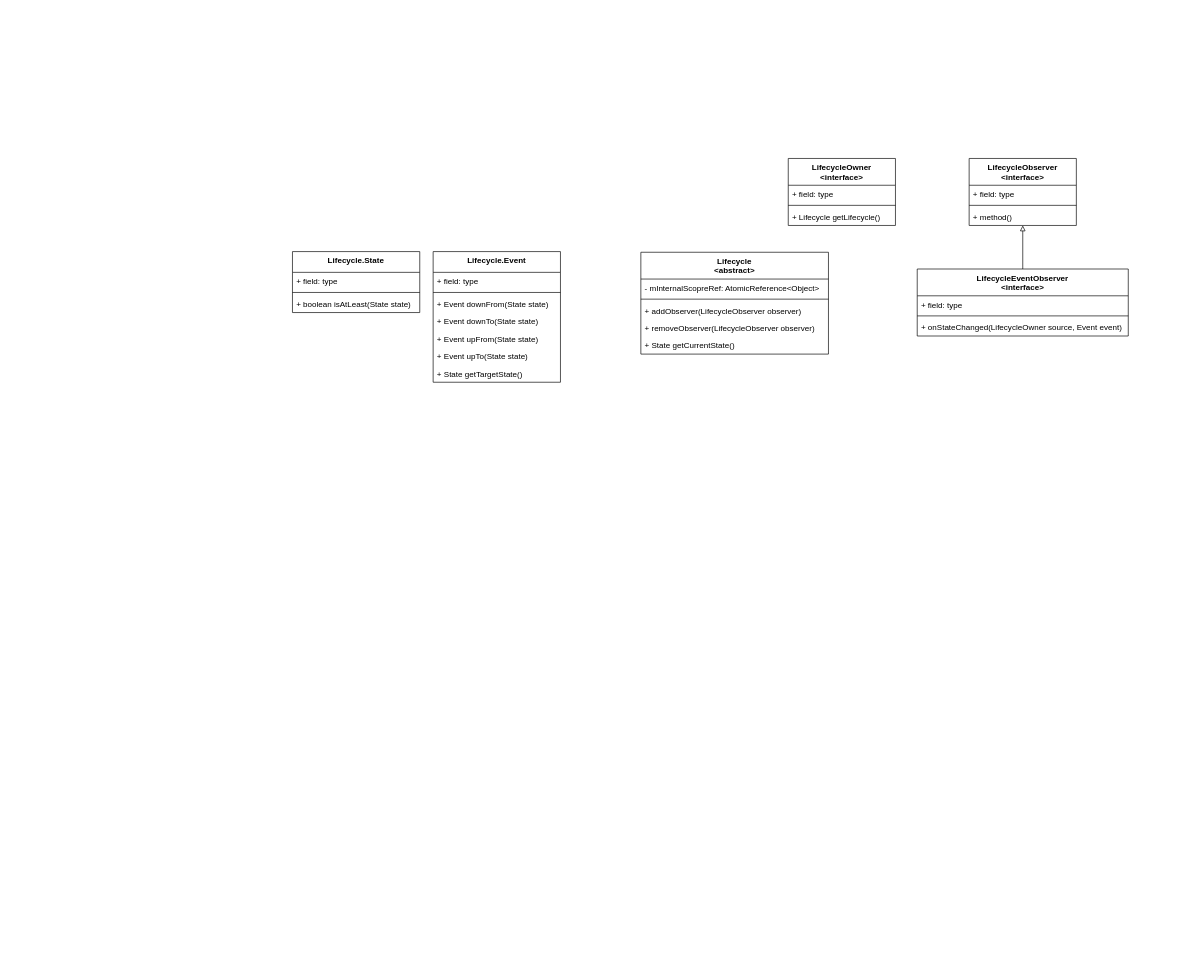
Earlier version of the draw.io diagram 未命名绘图.drawio (baochuquan/drawio). Source tidied: cells renumbered, new cells numbered last; positions are measured from the earlier drawing's top-left corner, leaving out a move shared by most shapes. Both pictures are drawn from the tidied source at 67%, with x=0, y=0 at pixel (292, 158).
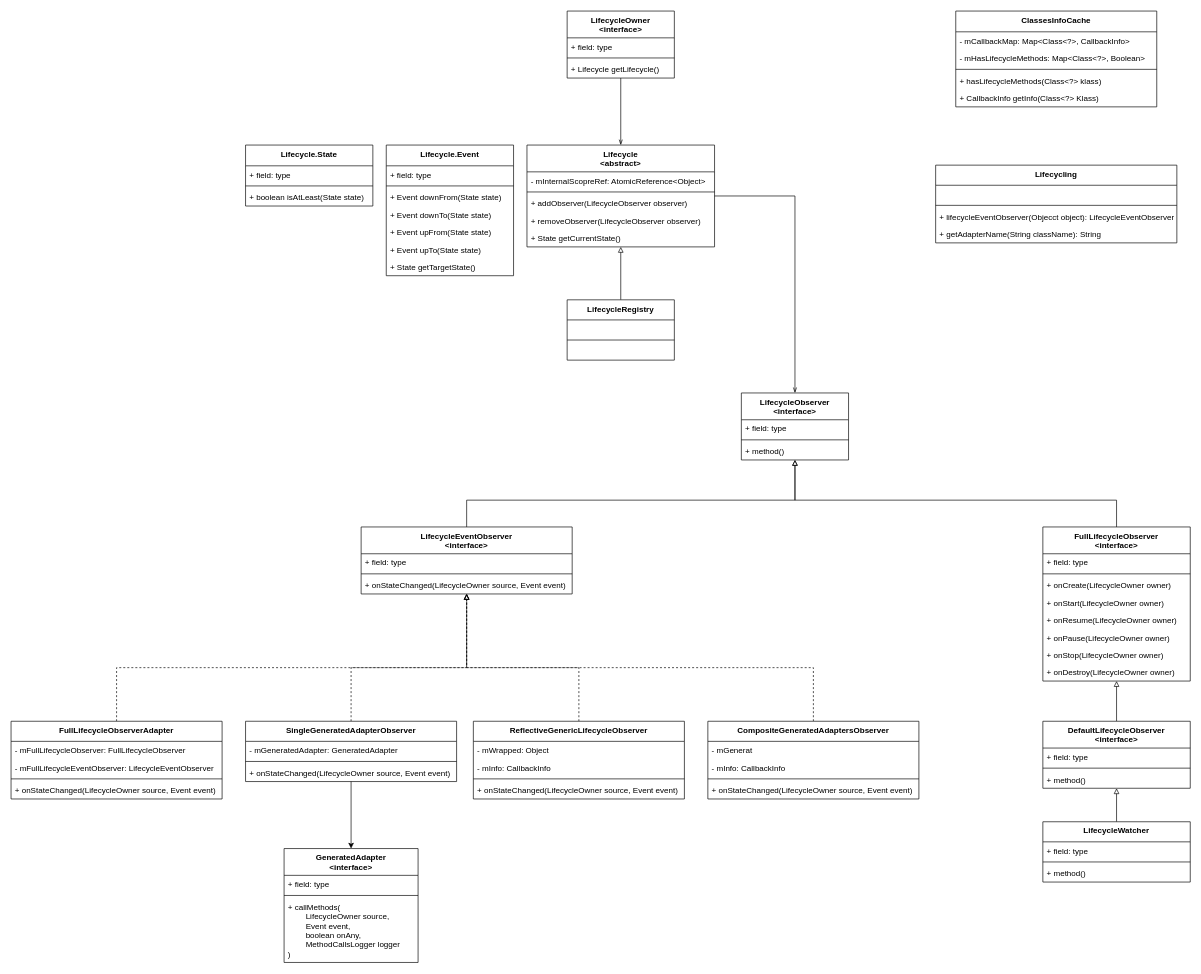
The same page after the edit.

The edit, as a diff of the source:
```diff
@@
+    <mxCell id="33" style="edgeStyle=orthogonalEdgeStyle;rounded=0;jettySize=auto;html=1;entryX=0.5;entryY=0;entryDx=0;entryDy=0;endArrow=openThin;endFill=0;" parent="1" edge="1" source="2" target="15">
+      <mxGeometry relative="1" as="geometry" />
+    </mxCell>
     <mxCell id="2" value="LifecycleOwner&#10;&lt;interface&gt;" style="swimlane;fontStyle=1;align=center;verticalAlign=top;horizontal=1;startSize=40;" parent="1" vertex="1">
-      <mxGeometry x="740" width="160" height="100" as="geometry" />
+      <mxGeometry x="410" y="-220" width="160" height="100" as="geometry" />
     </mxCell>
@@
     <mxCell id="6" value="LifecycleObserver&#10;&lt;interface&gt;" style="swimlane;fontStyle=1;align=center;verticalAlign=top;horizontal=1;startSize=40;" parent="1" vertex="1">
-      <mxGeometry x="1010" width="160" height="100" as="geometry" />
+      <mxGeometry x="670" y="350" width="160" height="100" as="geometry" />
     </mxCell>
@@
     <mxCell id="10" style="edgeStyle=orthogonalEdgeStyle;rounded=0;jettySize=auto;html=1;endArrow=block;endFill=0;" parent="1" edge="1" source="11" target="6">
-      <mxGeometry relative="1" as="geometry" />
+      <mxGeometry relative="1" as="geometry">
+        <Array as="points">
+          <mxPoint x="260" y="510" />
+          <mxPoint x="750" y="510" />
+        </Array>
+      </mxGeometry>
     </mxCell>
     <mxCell id="11" value="LifecycleEventObserver&#10;&lt;interface&gt;" style="swimlane;fontStyle=1;align=center;verticalAlign=top;horizontal=1;startSize=40;" parent="1" vertex="1">
-      <mxGeometry x="932.5" y="165" width="315" height="100" as="geometry" />
+      <mxGeometry x="102.5" y="550" width="315" height="100" as="geometry" />
     </mxCell>
@@
+    <mxCell id="34" style="edgeStyle=orthogonalEdgeStyle;rounded=0;jettySize=auto;html=1;endArrow=openThin;endFill=0;" parent="1" edge="1" source="15" target="6">
+      <mxGeometry relative="1" as="geometry" />
+    </mxCell>
     <mxCell id="15" value="Lifecycle&#10;&lt;abstract&gt;" style="swimlane;fontStyle=1;align=center;verticalAlign=top;horizontal=1;startSize=40;" parent="1" vertex="1">
-      <mxGeometry x="520" y="140" width="280" height="152" as="geometry" />
+      <mxGeometry x="350" y="-20" width="280" height="152" as="geometry" />
     </mxCell>
@@
     <mxCell id="21" value="Lifecycle.Event" style="swimlane;fontStyle=1;align=center;verticalAlign=top;horizontal=1;startSize=31;" parent="1" vertex="1">
-      <mxGeometry x="210" y="139" width="190" height="195" as="geometry" />
+      <mxGeometry x="140" y="-20" width="190" height="195" as="geometry" />
     </mxCell>
@@
     <mxCell id="29" value="Lifecycle.State" style="swimlane;fontStyle=1;align=center;verticalAlign=top;horizontal=1;startSize=31;" parent="1" vertex="1">
-      <mxGeometry y="139" width="190" height="91" as="geometry" />
+      <mxGeometry x="-70" y="-20" width="190" height="91" as="geometry" />
     </mxCell>
@@
+    <mxCell id="35" style="edgeStyle=orthogonalEdgeStyle;rounded=0;jettySize=auto;html=1;endArrow=block;endFill=0;" parent="1" edge="1" source="36" target="6">
+      <mxGeometry relative="1" as="geometry">
+        <Array as="points">
+          <mxPoint x="1230" y="510" />
+          <mxPoint x="750" y="510" />
+        </Array>
+      </mxGeometry>
+    </mxCell>
+    <mxCell id="36" value="FullLifecycleObserver&#10;&lt;interface&gt;" style="swimlane;fontStyle=1;align=center;verticalAlign=top;horizontal=1;startSize=40;" parent="1" vertex="1">
+      <mxGeometry x="1120" y="550" width="220" height="230" as="geometry" />
+    </mxCell>
+    <mxCell id="37" value="+ field: type" style="text;strokeColor=none;fillColor=none;align=left;verticalAlign=top;spacingLeft=4;spacingRight=4;overflow=hidden;" parent="36" vertex="1">
+      <mxGeometry y="40" width="220" height="26" as="geometry" />
+    </mxCell>
+    <mxCell id="38" style="line;strokeWidth=1;fillColor=none;align=left;verticalAlign=middle;spacingTop=-1;spacingLeft=3;spacingRight=3;labelPosition=right;strokeColor=inherit;" parent="36" vertex="1">
+      <mxGeometry y="66" width="220" height="8" as="geometry" />
+    </mxCell>
+    <mxCell id="39" value="+ onCreate(LifecycleOwner owner)" style="text;strokeColor=none;fillColor=none;align=left;verticalAlign=top;spacingLeft=4;spacingRight=4;overflow=hidden;" parent="36" vertex="1">
+      <mxGeometry y="74" width="220" height="26" as="geometry" />
+    </mxCell>
+    <mxCell id="40" value="+ onStart(LifecycleOwner owner)" style="text;strokeColor=none;fillColor=none;align=left;verticalAlign=top;spacingLeft=4;spacingRight=4;overflow=hidden;" parent="36" vertex="1">
+      <mxGeometry y="100" width="220" height="26" as="geometry" />
+    </mxCell>
+    <mxCell id="41" value="+ onResume(LifecycleOwner owner)" style="text;strokeColor=none;fillColor=none;align=left;verticalAlign=top;spacingLeft=4;spacingRight=4;overflow=hidden;" parent="36" vertex="1">
+      <mxGeometry y="126" width="220" height="26" as="geometry" />
+    </mxCell>
+    <mxCell id="42" value="+ onPause(LifecycleOwner owner)" style="text;strokeColor=none;fillColor=none;align=left;verticalAlign=top;spacingLeft=4;spacingRight=4;overflow=hidden;" parent="36" vertex="1">
+      <mxGeometry y="152" width="220" height="26" as="geometry" />
+    </mxCell>
+    <mxCell id="43" value="+ onStop(LifecycleOwner owner)" style="text;strokeColor=none;fillColor=none;align=left;verticalAlign=top;spacingLeft=4;spacingRight=4;overflow=hidden;" parent="36" vertex="1">
+      <mxGeometry y="178" width="220" height="26" as="geometry" />
+    </mxCell>
+    <mxCell id="44" value="+ onDestroy(LifecycleOwner owner)" style="text;strokeColor=none;fillColor=none;align=left;verticalAlign=top;spacingLeft=4;spacingRight=4;overflow=hidden;" parent="36" vertex="1">
+      <mxGeometry y="204" width="220" height="26" as="geometry" />
+    </mxCell>
+    <mxCell id="45" style="edgeStyle=orthogonalEdgeStyle;rounded=0;jettySize=auto;html=1;endArrow=block;endFill=0;dashed=1;" parent="1" edge="1" source="47" target="11">
+      <mxGeometry relative="1" as="geometry">
+        <Array as="points">
+          <mxPoint x="88" y="760" />
+          <mxPoint x="260" y="760" />
+        </Array>
+      </mxGeometry>
+    </mxCell>
+    <mxCell id="46" style="edgeStyle=orthogonalEdgeStyle;rounded=0;jettySize=auto;html=1;entryX=0.5;entryY=0;entryDx=0;entryDy=0;endArrow=classic;endFill=1;" parent="1" edge="1" source="47" target="62">
+      <mxGeometry relative="1" as="geometry" />
+    </mxCell>
+    <mxCell id="47" value="SingleGeneratedAdapterObserver" style="swimlane;fontStyle=1;align=center;verticalAlign=top;horizontal=1;startSize=30;" parent="1" vertex="1">
+      <mxGeometry x="-70" y="840" width="315" height="90" as="geometry" />
+    </mxCell>
+    <mxCell id="48" value="- mGeneratedAdapter: GeneratedAdapter" style="text;strokeColor=none;fillColor=none;align=left;verticalAlign=top;spacingLeft=4;spacingRight=4;overflow=hidden;" parent="47" vertex="1">
+      <mxGeometry y="30" width="315" height="26" as="geometry" />
+    </mxCell>
+    <mxCell id="49" style="line;strokeWidth=1;fillColor=none;align=left;verticalAlign=middle;spacingTop=-1;spacingLeft=3;spacingRight=3;labelPosition=right;strokeColor=inherit;" parent="47" vertex="1">
+      <mxGeometry y="56" width="315" height="8" as="geometry" />
+    </mxCell>
+    <mxCell id="50" value="+ onStateChanged(LifecycleOwner source, Event event)" style="text;strokeColor=none;fillColor=none;align=left;verticalAlign=top;spacingLeft=4;spacingRight=4;overflow=hidden;" parent="47" vertex="1">
+      <mxGeometry y="64" width="315" height="26" as="geometry" />
+    </mxCell>
+    <mxCell id="51" style="edgeStyle=orthogonalEdgeStyle;rounded=0;jettySize=auto;html=1;dashed=1;endArrow=block;endFill=0;" parent="1" edge="1" source="52" target="11">
+      <mxGeometry relative="1" as="geometry">
+        <Array as="points">
+          <mxPoint x="428" y="760" />
+          <mxPoint x="260" y="760" />
+        </Array>
+      </mxGeometry>
+    </mxCell>
+    <mxCell id="52" value="ReflectiveGenericLifecycleObserver" style="swimlane;fontStyle=1;align=center;verticalAlign=top;horizontal=1;startSize=30;" parent="1" vertex="1">
+      <mxGeometry x="270" y="840" width="315" height="116" as="geometry" />
+    </mxCell>
+    <mxCell id="53" value="- mWrapped: Object" style="text;strokeColor=none;fillColor=none;align=left;verticalAlign=top;spacingLeft=4;spacingRight=4;overflow=hidden;" parent="52" vertex="1">
+      <mxGeometry y="30" width="315" height="26" as="geometry" />
+    </mxCell>
+    <mxCell id="54" value="- mInfo: CallbackInfo" style="text;strokeColor=none;fillColor=none;align=left;verticalAlign=top;spacingLeft=4;spacingRight=4;overflow=hidden;" parent="52" vertex="1">
+      <mxGeometry y="56" width="315" height="26" as="geometry" />
+    </mxCell>
+    <mxCell id="55" style="line;strokeWidth=1;fillColor=none;align=left;verticalAlign=middle;spacingTop=-1;spacingLeft=3;spacingRight=3;labelPosition=right;strokeColor=inherit;" parent="52" vertex="1">
+      <mxGeometry y="82" width="315" height="8" as="geometry" />
+    </mxCell>
+    <mxCell id="56" value="+ onStateChanged(LifecycleOwner source, Event event)" style="text;strokeColor=none;fillColor=none;align=left;verticalAlign=top;spacingLeft=4;spacingRight=4;overflow=hidden;" parent="52" vertex="1">
+      <mxGeometry y="90" width="315" height="26" as="geometry" />
+    </mxCell>
+    <mxCell id="57" value="Lifecycling" style="swimlane;fontStyle=1;align=center;verticalAlign=top;horizontal=1;startSize=30;" parent="1" vertex="1">
+      <mxGeometry x="960" y="10" width="360" height="116" as="geometry" />
+    </mxCell>
+    <mxCell id="58" value="  " style="text;strokeColor=none;fillColor=none;align=left;verticalAlign=top;spacingLeft=4;spacingRight=4;overflow=hidden;" parent="57" vertex="1">
+      <mxGeometry y="30" width="360" height="26" as="geometry" />
+    </mxCell>
+    <mxCell id="59" style="line;strokeWidth=1;fillColor=none;align=left;verticalAlign=middle;spacingTop=-1;spacingLeft=3;spacingRight=3;labelPosition=right;strokeColor=inherit;" parent="57" vertex="1">
+      <mxGeometry y="56" width="360" height="8" as="geometry" />
+    </mxCell>
+    <mxCell id="60" value="+ lifecycleEventObserver(Objecct object): LifecycleEventObserver" style="text;strokeColor=none;fillColor=none;align=left;verticalAlign=top;spacingLeft=4;spacingRight=4;overflow=hidden;" parent="57" vertex="1">
+      <mxGeometry y="64" width="360" height="26" as="geometry" />
+    </mxCell>
+    <mxCell id="61" value="+ getAdapterName(String className): String" style="text;strokeColor=none;fillColor=none;align=left;verticalAlign=top;spacingLeft=4;spacingRight=4;overflow=hidden;" parent="57" vertex="1">
+      <mxGeometry y="90" width="360" height="26" as="geometry" />
+    </mxCell>
+    <mxCell id="62" value="GeneratedAdapter&#10;&lt;interface&gt;" style="swimlane;fontStyle=1;align=center;verticalAlign=top;horizontal=1;startSize=40;" parent="1" vertex="1">
+      <mxGeometry x="-12.5" y="1030" width="200" height="170" as="geometry" />
+    </mxCell>
+    <mxCell id="63" value="+ field: type" style="text;strokeColor=none;fillColor=none;align=left;verticalAlign=top;spacingLeft=4;spacingRight=4;overflow=hidden;" parent="62" vertex="1">
+      <mxGeometry y="40" width="200" height="26" as="geometry" />
+    </mxCell>
+    <mxCell id="64" style="line;strokeWidth=1;fillColor=none;align=left;verticalAlign=middle;spacingTop=-1;spacingLeft=3;spacingRight=3;labelPosition=right;strokeColor=inherit;" parent="62" vertex="1">
+      <mxGeometry y="66" width="200" height="8" as="geometry" />
+    </mxCell>
+    <mxCell id="65" value="+ callMethods(&#10;        LifecycleOwner source, &#10;        Event event, &#10;        boolean onAny, &#10;        MethodCallsLogger logger&#10;)" style="text;strokeColor=none;fillColor=none;align=left;verticalAlign=top;spacingLeft=4;spacingRight=4;overflow=hidden;" parent="62" vertex="1">
+      <mxGeometry y="74" width="200" height="96" as="geometry" />
+    </mxCell>
+    <mxCell id="66" style="edgeStyle=orthogonalEdgeStyle;rounded=0;jettySize=auto;html=1;dashed=1;endArrow=block;endFill=0;" parent="1" edge="1" source="67" target="11">
+      <mxGeometry relative="1" as="geometry">
+        <Array as="points">
+          <mxPoint x="-262" y="760" />
+          <mxPoint x="260" y="760" />
+        </Array>
+      </mxGeometry>
+    </mxCell>
+    <mxCell id="67" value="FullLifecycleObserverAdapter" style="swimlane;fontStyle=1;align=center;verticalAlign=top;horizontal=1;startSize=30;" parent="1" vertex="1">
+      <mxGeometry x="-420" y="840" width="315" height="116" as="geometry" />
+    </mxCell>
+    <mxCell id="68" value="- mFullLifecycleObserver: FullLifecycleObserver" style="text;strokeColor=none;fillColor=none;align=left;verticalAlign=top;spacingLeft=4;spacingRight=4;overflow=hidden;" parent="67" vertex="1">
+      <mxGeometry y="30" width="315" height="26" as="geometry" />
+    </mxCell>
+    <mxCell id="69" value="- mFullLifecycleEventObserver: LifecycleEventObserver" style="text;strokeColor=none;fillColor=none;align=left;verticalAlign=top;spacingLeft=4;spacingRight=4;overflow=hidden;" parent="67" vertex="1">
+      <mxGeometry y="56" width="315" height="26" as="geometry" />
+    </mxCell>
+    <mxCell id="70" style="line;strokeWidth=1;fillColor=none;align=left;verticalAlign=middle;spacingTop=-1;spacingLeft=3;spacingRight=3;labelPosition=right;strokeColor=inherit;" parent="67" vertex="1">
+      <mxGeometry y="82" width="315" height="8" as="geometry" />
+    </mxCell>
+    <mxCell id="71" value="+ onStateChanged(LifecycleOwner source, Event event)" style="text;strokeColor=none;fillColor=none;align=left;verticalAlign=top;spacingLeft=4;spacingRight=4;overflow=hidden;" parent="67" vertex="1">
+      <mxGeometry y="90" width="315" height="26" as="geometry" />
+    </mxCell>
+    <mxCell id="72" style="edgeStyle=orthogonalEdgeStyle;rounded=0;jettySize=auto;html=1;dashed=1;endArrow=block;endFill=0;" parent="1" edge="1" source="73" target="11">
+      <mxGeometry relative="1" as="geometry">
+        <Array as="points">
+          <mxPoint x="778" y="760" />
+          <mxPoint x="260" y="760" />
+        </Array>
+      </mxGeometry>
+    </mxCell>
+    <mxCell id="73" value="CompositeGeneratedAdaptersObserver" style="swimlane;fontStyle=1;align=center;verticalAlign=top;horizontal=1;startSize=30;" parent="1" vertex="1">
+      <mxGeometry x="620" y="840" width="315" height="116" as="geometry" />
+    </mxCell>
+    <mxCell id="74" value="- mGenerat" style="text;strokeColor=none;fillColor=none;align=left;verticalAlign=top;spacingLeft=4;spacingRight=4;overflow=hidden;" parent="73" vertex="1">
+      <mxGeometry y="30" width="315" height="26" as="geometry" />
+    </mxCell>
+    <mxCell id="75" value="- mInfo: CallbackInfo" style="text;strokeColor=none;fillColor=none;align=left;verticalAlign=top;spacingLeft=4;spacingRight=4;overflow=hidden;" parent="73" vertex="1">
+      <mxGeometry y="56" width="315" height="26" as="geometry" />
+    </mxCell>
+    <mxCell id="76" style="line;strokeWidth=1;fillColor=none;align=left;verticalAlign=middle;spacingTop=-1;spacingLeft=3;spacingRight=3;labelPosition=right;strokeColor=inherit;" parent="73" vertex="1">
+      <mxGeometry y="82" width="315" height="8" as="geometry" />
+    </mxCell>
+    <mxCell id="77" value="+ onStateChanged(LifecycleOwner source, Event event)" style="text;strokeColor=none;fillColor=none;align=left;verticalAlign=top;spacingLeft=4;spacingRight=4;overflow=hidden;" parent="73" vertex="1">
+      <mxGeometry y="90" width="315" height="26" as="geometry" />
+    </mxCell>
+    <mxCell id="78" value="ClassesInfoCache" style="swimlane;fontStyle=1;align=center;verticalAlign=top;horizontal=1;startSize=31;" parent="1" vertex="1">
+      <mxGeometry x="990" y="-220" width="300" height="143" as="geometry" />
+    </mxCell>
+    <mxCell id="79" value="- mCallbackMap: Map&lt;Class&lt;?&gt;, CallbackInfo&gt;" style="text;strokeColor=none;fillColor=none;align=left;verticalAlign=top;spacingLeft=4;spacingRight=4;overflow=hidden;" parent="78" vertex="1">
+      <mxGeometry y="31" width="300" height="26" as="geometry" />
+    </mxCell>
+    <mxCell id="80" value="- mHasLifecycleMethods: Map&lt;Class&lt;?&gt;, Boolean&gt;" style="text;strokeColor=none;fillColor=none;align=left;verticalAlign=top;spacingLeft=4;spacingRight=4;overflow=hidden;" parent="78" vertex="1">
+      <mxGeometry y="57" width="300" height="26" as="geometry" />
+    </mxCell>
+    <mxCell id="81" style="line;strokeWidth=1;fillColor=none;align=left;verticalAlign=middle;spacingTop=-1;spacingLeft=3;spacingRight=3;labelPosition=right;strokeColor=inherit;" parent="78" vertex="1">
+      <mxGeometry y="83" width="300" height="8" as="geometry" />
+    </mxCell>
+    <mxCell id="82" value="+ hasLifecycleMethods(Class&lt;?&gt; klass)" style="text;strokeColor=none;fillColor=none;align=left;verticalAlign=top;spacingLeft=4;spacingRight=4;overflow=hidden;" parent="78" vertex="1">
+      <mxGeometry y="91" width="300" height="26" as="geometry" />
+    </mxCell>
+    <mxCell id="83" value="+ CallbackInfo getInfo(Class&lt;?&gt; Klass)" style="text;strokeColor=none;fillColor=none;align=left;verticalAlign=top;spacingLeft=4;spacingRight=4;overflow=hidden;" parent="78" vertex="1">
+      <mxGeometry y="117" width="300" height="26" as="geometry" />
+    </mxCell>
+    <mxCell id="84" style="edgeStyle=orthogonalEdgeStyle;rounded=0;jettySize=auto;html=1;endArrow=block;endFill=0;" parent="1" edge="1" source="85" target="15">
+      <mxGeometry relative="1" as="geometry" />
+    </mxCell>
+    <mxCell id="85" value="LifecycleRegistry" style="swimlane;fontStyle=1;align=center;verticalAlign=top;horizontal=1;startSize=30;" parent="1" vertex="1">
+      <mxGeometry x="410" y="211" width="160" height="90" as="geometry" />
+    </mxCell>
+    <mxCell id="86" value="  " style="text;strokeColor=none;fillColor=none;align=left;verticalAlign=top;spacingLeft=4;spacingRight=4;overflow=hidden;" parent="85" vertex="1">
+      <mxGeometry y="30" width="160" height="26" as="geometry" />
+    </mxCell>
+    <mxCell id="87" style="line;strokeWidth=1;fillColor=none;align=left;verticalAlign=middle;spacingTop=-1;spacingLeft=3;spacingRight=3;labelPosition=right;strokeColor=inherit;" parent="85" vertex="1">
+      <mxGeometry y="56" width="160" height="8" as="geometry" />
+    </mxCell>
+    <mxCell id="88" value="  " style="text;strokeColor=none;fillColor=none;align=left;verticalAlign=top;spacingLeft=4;spacingRight=4;overflow=hidden;" parent="85" vertex="1">
+      <mxGeometry y="64" width="160" height="26" as="geometry" />
+    </mxCell>
+    <mxCell id="89" style="edgeStyle=orthogonalEdgeStyle;rounded=0;jettySize=auto;html=1;endArrow=block;endFill=0;" parent="1" edge="1" source="90" target="36">
+      <mxGeometry relative="1" as="geometry" />
+    </mxCell>
+    <mxCell id="90" value="DefaultLifecycleObserver&#10;&lt;interface&gt;" style="swimlane;fontStyle=1;align=center;verticalAlign=top;horizontal=1;startSize=40;" parent="1" vertex="1">
+      <mxGeometry x="1120" y="840" width="220" height="100" as="geometry" />
+    </mxCell>
+    <mxCell id="91" value="+ field: type" style="text;strokeColor=none;fillColor=none;align=left;verticalAlign=top;spacingLeft=4;spacingRight=4;overflow=hidden;" parent="90" vertex="1">
+      <mxGeometry y="40" width="220" height="26" as="geometry" />
+    </mxCell>
+    <mxCell id="92" style="line;strokeWidth=1;fillColor=none;align=left;verticalAlign=middle;spacingTop=-1;spacingLeft=3;spacingRight=3;labelPosition=right;strokeColor=inherit;" parent="90" vertex="1">
+      <mxGeometry y="66" width="220" height="8" as="geometry" />
+    </mxCell>
+    <mxCell id="93" value="+ method()" style="text;strokeColor=none;fillColor=none;align=left;verticalAlign=top;spacingLeft=4;spacingRight=4;overflow=hidden;" parent="90" vertex="1">
+      <mxGeometry y="74" width="220" height="26" as="geometry" />
+    </mxCell>
+    <mxCell id="94" style="edgeStyle=orthogonalEdgeStyle;rounded=0;jettySize=auto;html=1;endArrow=block;endFill=0;" parent="1" edge="1" source="95" target="90">
+      <mxGeometry relative="1" as="geometry" />
+    </mxCell>
+    <mxCell id="95" value="LifecycleWatcher" style="swimlane;fontStyle=1;align=center;verticalAlign=top;horizontal=1;startSize=30;" parent="1" vertex="1">
+      <mxGeometry x="1120" y="990" width="220" height="90" as="geometry" />
+    </mxCell>
+    <mxCell id="96" value="+ field: type" style="text;strokeColor=none;fillColor=none;align=left;verticalAlign=top;spacingLeft=4;spacingRight=4;overflow=hidden;" parent="95" vertex="1">
+      <mxGeometry y="30" width="220" height="26" as="geometry" />
+    </mxCell>
+    <mxCell id="97" style="line;strokeWidth=1;fillColor=none;align=left;verticalAlign=middle;spacingTop=-1;spacingLeft=3;spacingRight=3;labelPosition=right;strokeColor=inherit;" parent="95" vertex="1">
+      <mxGeometry y="56" width="220" height="8" as="geometry" />
+    </mxCell>
+    <mxCell id="98" value="+ method()" style="text;strokeColor=none;fillColor=none;align=left;verticalAlign=top;spacingLeft=4;spacingRight=4;overflow=hidden;" parent="95" vertex="1">
+      <mxGeometry y="64" width="220" height="26" as="geometry" />
+    </mxCell>
```
